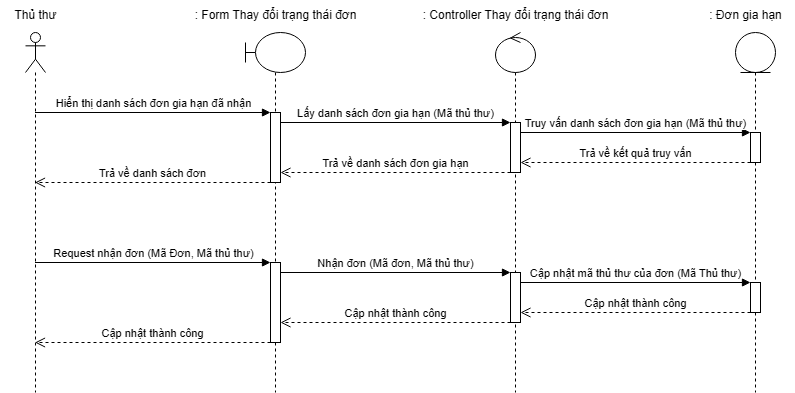
This is Sequence Diagram/UC Gia hạn sách/Actor Thủ thư - Nhận đơn gia hạn.png from kimcuongdev/LibrarySystemAD, a draw.io export, as it was before one commit. Source tidied: cells renumbered, new cells last; positions are measured from the earlier drawing's top-left corner, leaving out a move shared by most shapes.
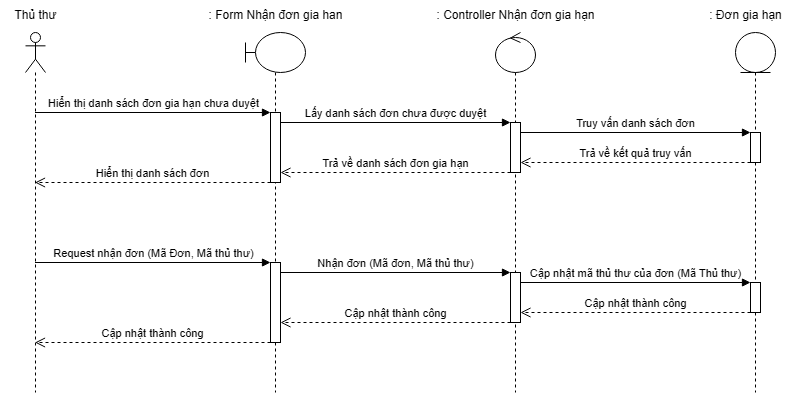
After the change.

Change to the diagram source:
```diff
@@ -2,66 +2,66 @@
   <root>
     <mxCell id="0" />
     <mxCell id="1" parent="0" />
-    <mxCell id="2" style="shape=umlLifeline;perimeter=lifelinePerimeter;whiteSpace=wrap;html=1;newEdgeStyle={&quot;curved&quot;:0,&quot;rounded&quot;:0};participant=umlActor;" parent="1" vertex="1">
-      <mxGeometry x="25" y="32" width="20" height="360" as="geometry" />
-    </mxCell>
-    <mxCell id="3" style="shape=umlLifeline;perimeter=lifelinePerimeter;whiteSpace=wrap;html=1;newEdgeStyle={&quot;curved&quot;:0,&quot;rounded&quot;:0};participant=umlBoundary;" parent="1" vertex="1">
-      <mxGeometry x="245" y="32" width="60" height="360" as="geometry" />
-    </mxCell>
+    <mxCell id="28" style="shape=umlLifeline;perimeter=lifelinePerimeter;whiteSpace=wrap;html=1;newEdgeStyle={&quot;curved&quot;:0,&quot;rounded&quot;:0};participant=umlActor;" parent="1" vertex="1">
+      <mxGeometry x="25" y="32" width="20" height="360" as="geometry" />
+    </mxCell>
+    <mxCell id="29" style="shape=umlLifeline;perimeter=lifelinePerimeter;whiteSpace=wrap;html=1;newEdgeStyle={&quot;curved&quot;:0,&quot;rounded&quot;:0};participant=umlBoundary;" parent="1" vertex="1">
+      <mxGeometry x="245" y="32" width="60" height="360" as="geometry" />
+    </mxCell>
-    <mxCell id="4" style="html=1;perimeter=orthogonalPerimeter;targetShapes=umlLifeline;newEdgeStyle={&quot;curved&quot;:0,&quot;rounded&quot;:0};" parent="3" vertex="1">
+    <mxCell id="4" style="html=1;perimeter=orthogonalPerimeter;targetShapes=umlLifeline;newEdgeStyle={&quot;curved&quot;:0,&quot;rounded&quot;:0};" parent="29" vertex="1">
       <mxGeometry x="25" y="80" width="10" height="70" as="geometry" />
     </mxCell>
-    <mxCell id="5" style="html=1;perimeter=orthogonalPerimeter;targetShapes=umlLifeline;newEdgeStyle={&quot;curved&quot;:0,&quot;rounded&quot;:0};" parent="3" vertex="1">
+    <mxCell id="5" style="html=1;perimeter=orthogonalPerimeter;targetShapes=umlLifeline;newEdgeStyle={&quot;curved&quot;:0,&quot;rounded&quot;:0};" parent="29" vertex="1">
       <mxGeometry x="25" y="230" width="10" height="80" as="geometry" />
     </mxCell>
-    <mxCell id="6" style="shape=umlLifeline;perimeter=lifelinePerimeter;whiteSpace=wrap;html=1;newEdgeStyle={&quot;curved&quot;:0,&quot;rounded&quot;:0};participant=umlControl;" parent="1" vertex="1">
-      <mxGeometry x="495" y="32" width="40" height="360" as="geometry" />
-    </mxCell>
+    <mxCell id="30" style="shape=umlLifeline;perimeter=lifelinePerimeter;whiteSpace=wrap;html=1;newEdgeStyle={&quot;curved&quot;:0,&quot;rounded&quot;:0};participant=umlControl;" parent="1" vertex="1">
+      <mxGeometry x="495" y="32" width="40" height="360" as="geometry" />
+    </mxCell>
-    <mxCell id="7" style="html=1;perimeter=orthogonalPerimeter;targetShapes=umlLifeline;newEdgeStyle={&quot;curved&quot;:0,&quot;rounded&quot;:0};" parent="6" vertex="1">
+    <mxCell id="7" style="html=1;perimeter=orthogonalPerimeter;targetShapes=umlLifeline;newEdgeStyle={&quot;curved&quot;:0,&quot;rounded&quot;:0};" parent="30" vertex="1">
       <mxGeometry x="15" y="90" width="10" height="50" as="geometry" />
     </mxCell>
-    <mxCell id="8" style="html=1;perimeter=orthogonalPerimeter;targetShapes=umlLifeline;newEdgeStyle={&quot;curved&quot;:0,&quot;rounded&quot;:0};" parent="6" vertex="1">
+    <mxCell id="8" style="html=1;perimeter=orthogonalPerimeter;targetShapes=umlLifeline;newEdgeStyle={&quot;curved&quot;:0,&quot;rounded&quot;:0};" parent="30" vertex="1">
       <mxGeometry x="15" y="240" width="10" height="50" as="geometry" />
     </mxCell>
-    <mxCell id="9" style="shape=umlLifeline;perimeter=lifelinePerimeter;whiteSpace=wrap;html=1;newEdgeStyle={&quot;curved&quot;:0,&quot;rounded&quot;:0};participant=umlEntity;" parent="1" vertex="1">
-      <mxGeometry x="735" y="32" width="40" height="360" as="geometry" />
-    </mxCell>
+    <mxCell id="31" style="shape=umlLifeline;perimeter=lifelinePerimeter;whiteSpace=wrap;html=1;newEdgeStyle={&quot;curved&quot;:0,&quot;rounded&quot;:0};participant=umlEntity;" parent="1" vertex="1">
+      <mxGeometry x="735" y="32" width="40" height="360" as="geometry" />
+    </mxCell>
-    <mxCell id="10" style="html=1;perimeter=orthogonalPerimeter;targetShapes=umlLifeline;newEdgeStyle={&quot;curved&quot;:0,&quot;rounded&quot;:0};" parent="9" vertex="1">
+    <mxCell id="10" style="html=1;perimeter=orthogonalPerimeter;targetShapes=umlLifeline;newEdgeStyle={&quot;curved&quot;:0,&quot;rounded&quot;:0};" parent="31" vertex="1">
       <mxGeometry x="15" y="100" width="10" height="30" as="geometry" />
     </mxCell>
-    <mxCell id="11" style="html=1;perimeter=orthogonalPerimeter;targetShapes=umlLifeline;newEdgeStyle={&quot;curved&quot;:0,&quot;rounded&quot;:0};" parent="9" vertex="1">
+    <mxCell id="11" style="html=1;perimeter=orthogonalPerimeter;targetShapes=umlLifeline;newEdgeStyle={&quot;curved&quot;:0,&quot;rounded&quot;:0};" parent="31" vertex="1">
       <mxGeometry x="15" y="250" width="10" height="30" as="geometry" />
     </mxCell>
-    <mxCell id="12" value="Hiển thị danh sách đơn gia hạn đã nhận" style="html=1;verticalAlign=bottom;endArrow=block;curved=0;rounded=0;entryX=0;entryY=0;entryDx=0;entryDy=5;" parent="1" edge="1">
-      <mxGeometry relative="1" as="geometry">
-        <mxPoint x="34.5" y="112" as="sourcePoint" />
-        <mxPoint x="270" y="112" as="targetPoint" />
-      </mxGeometry>
-    </mxCell>
-    <mxCell id="13" value="Trả về danh sách đơn" style="html=1;verticalAlign=bottom;endArrow=open;dashed=1;endSize=8;curved=0;rounded=0;exitX=0;exitY=1;exitDx=0;exitDy=-5;" parent="1" edge="1">
-      <mxGeometry relative="1" as="geometry">
-        <mxPoint x="270" y="182" as="sourcePoint" />
-        <mxPoint x="34.5" y="182" as="targetPoint" />
-      </mxGeometry>
-    </mxCell>
-    <mxCell id="14" value="Lấy danh sách đơn gia hạn (Mã thủ thư)" style="html=1;verticalAlign=bottom;endArrow=block;curved=0;rounded=0;entryX=0;entryY=0;entryDx=0;entryDy=5;" parent="1" edge="1">
-      <mxGeometry relative="1" as="geometry">
-        <mxPoint x="280" y="122" as="sourcePoint" />
-        <mxPoint x="510" y="122" as="targetPoint" />
-      </mxGeometry>
-    </mxCell>
+    <mxCell id="32" value="Hiển thị danh sách đơn gia hạn chưa duyệt" style="html=1;verticalAlign=bottom;endArrow=block;curved=0;rounded=0;entryX=0;entryY=0;entryDx=0;entryDy=5;" parent="1" edge="1">
+      <mxGeometry relative="1" as="geometry">
+        <mxPoint x="34.5" y="112" as="sourcePoint" />
+        <mxPoint x="270" y="112" as="targetPoint" />
+      </mxGeometry>
+    </mxCell>
+    <mxCell id="33" value="Hiển thị danh sách đơn" style="html=1;verticalAlign=bottom;endArrow=open;dashed=1;endSize=8;curved=0;rounded=0;exitX=0;exitY=1;exitDx=0;exitDy=-5;" parent="1" edge="1">
+      <mxGeometry relative="1" as="geometry">
+        <mxPoint x="270" y="182" as="sourcePoint" />
+        <mxPoint x="34.5" y="182" as="targetPoint" />
+      </mxGeometry>
+    </mxCell>
+    <mxCell id="34" value="Lấy danh sách đơn chưa được duyệt" style="html=1;verticalAlign=bottom;endArrow=block;curved=0;rounded=0;entryX=0;entryY=0;entryDx=0;entryDy=5;" parent="1" edge="1">
+      <mxGeometry relative="1" as="geometry">
+        <mxPoint x="280" y="122" as="sourcePoint" />
+        <mxPoint x="510" y="122" as="targetPoint" />
+      </mxGeometry>
+    </mxCell>
     <mxCell id="15" value="Trả về danh sách đơn gia hạn" style="html=1;verticalAlign=bottom;endArrow=open;dashed=1;endSize=8;curved=0;rounded=0;exitX=0;exitY=1;exitDx=0;exitDy=-5;" parent="1" edge="1">
       <mxGeometry relative="1" as="geometry">
         <mxPoint x="510" y="172" as="sourcePoint" />
         <mxPoint x="280" y="172" as="targetPoint" />
       </mxGeometry>
     </mxCell>
-    <mxCell id="16" value="Truy vấn danh sách đơn gia hạn (Mã thủ thư)" style="html=1;verticalAlign=bottom;endArrow=block;curved=0;rounded=0;entryX=0;entryY=0;entryDx=0;entryDy=5;" parent="1" edge="1">
-      <mxGeometry relative="1" as="geometry">
-        <mxPoint x="520" y="132" as="sourcePoint" />
-        <mxPoint x="750" y="132" as="targetPoint" />
-      </mxGeometry>
-    </mxCell>
+    <mxCell id="35" value="Truy vấn danh sách đơn" style="html=1;verticalAlign=bottom;endArrow=block;curved=0;rounded=0;entryX=0;entryY=0;entryDx=0;entryDy=5;" parent="1" edge="1">
+      <mxGeometry relative="1" as="geometry">
+        <mxPoint x="520" y="132" as="sourcePoint" />
+        <mxPoint x="750" y="132" as="targetPoint" />
+      </mxGeometry>
+    </mxCell>
     <mxCell id="17" value="Trả về kết quả truy vấn" style="html=1;verticalAlign=bottom;endArrow=open;dashed=1;endSize=8;curved=0;rounded=0;exitX=0;exitY=1;exitDx=0;exitDy=-5;" parent="1" edge="1">
       <mxGeometry relative="1" as="geometry">
         <mxPoint x="750" y="162" as="sourcePoint" />
@@ -74,24 +74,24 @@
         <mxPoint x="270" y="262" as="targetPoint" />
       </mxGeometry>
     </mxCell>
-    <mxCell id="19" value="Cập nhật thành công" style="html=1;verticalAlign=bottom;endArrow=open;dashed=1;endSize=8;curved=0;rounded=0;exitX=0;exitY=1;exitDx=0;exitDy=-5;" parent="1" edge="1">
-      <mxGeometry relative="1" as="geometry">
-        <mxPoint x="270" y="342" as="sourcePoint" />
-        <mxPoint x="34.5" y="342" as="targetPoint" />
-      </mxGeometry>
-    </mxCell>
+    <mxCell id="36" value="Cập nhật thành công" style="html=1;verticalAlign=bottom;endArrow=open;dashed=1;endSize=8;curved=0;rounded=0;exitX=0;exitY=1;exitDx=0;exitDy=-5;" parent="1" edge="1">
+      <mxGeometry relative="1" as="geometry">
+        <mxPoint x="270" y="342" as="sourcePoint" />
+        <mxPoint x="34.5" y="342" as="targetPoint" />
+      </mxGeometry>
+    </mxCell>
     <mxCell id="20" value="Nhận đơn (Mã đơn, Mã thủ thư)" style="html=1;verticalAlign=bottom;endArrow=block;curved=0;rounded=0;entryX=0;entryY=0;entryDx=0;entryDy=5;" parent="1" edge="1">
       <mxGeometry relative="1" as="geometry">
         <mxPoint x="280" y="272" as="sourcePoint" />
         <mxPoint x="510" y="272" as="targetPoint" />
       </mxGeometry>
     </mxCell>
-    <mxCell id="21" value="Cập nhật thành công" style="html=1;verticalAlign=bottom;endArrow=open;dashed=1;endSize=8;curved=0;rounded=0;exitX=0;exitY=1;exitDx=0;exitDy=-5;" parent="1" edge="1">
-      <mxGeometry relative="1" as="geometry">
-        <mxPoint x="510" y="322" as="sourcePoint" />
-        <mxPoint x="280" y="322" as="targetPoint" />
-      </mxGeometry>
-    </mxCell>
+    <mxCell id="37" value="Cập nhật thành công" style="html=1;verticalAlign=bottom;endArrow=open;dashed=1;endSize=8;curved=0;rounded=0;exitX=0;exitY=1;exitDx=0;exitDy=-5;" parent="1" edge="1">
+      <mxGeometry relative="1" as="geometry">
+        <mxPoint x="510" y="322" as="sourcePoint" />
+        <mxPoint x="280" y="322" as="targetPoint" />
+      </mxGeometry>
+    </mxCell>
     <mxCell id="22" value="Cập nhật mã thủ thư của đơn (Mã Thủ thư)" style="html=1;verticalAlign=bottom;endArrow=block;curved=0;rounded=0;entryX=0;entryY=0;entryDx=0;entryDy=5;" parent="1" edge="1">
       <mxGeometry relative="1" as="geometry">
         <mxPoint x="520" y="282" as="sourcePoint" />
@@ -107,12 +107,12 @@
     <mxCell id="24" value="Thủ thư" style="text;html=1;align=center;verticalAlign=middle;strokeColor=none;fillColor=none;" parent="1" vertex="1">
       <mxGeometry width="70" height="30" as="geometry" />
     </mxCell>
-    <mxCell id="25" value=": Form Thay đổi trạng thái đơn" style="text;html=1;align=center;verticalAlign=middle;strokeColor=none;fillColor=none;" parent="1" vertex="1">
-      <mxGeometry x="180" width="190" height="30" as="geometry" />
-    </mxCell>
-    <mxCell id="26" value=": Controller Thay đổi trạng thái đơn" style="text;html=1;align=center;verticalAlign=middle;strokeColor=none;fillColor=none;" parent="1" vertex="1">
-      <mxGeometry x="410" width="210" height="30" as="geometry" />
-    </mxCell>
+    <mxCell id="38" value=": Form Nhận đơn gia han" style="text;html=1;align=center;verticalAlign=middle;strokeColor=none;fillColor=none;" parent="1" vertex="1">
+      <mxGeometry x="195" width="160" height="30" as="geometry" />
+    </mxCell>
+    <mxCell id="39" value=": Controller Nhận đơn gia hạn" style="text;html=1;align=center;verticalAlign=middle;strokeColor=none;fillColor=none;" parent="1" vertex="1">
+      <mxGeometry x="425" width="180" height="30" as="geometry" />
+    </mxCell>
     <mxCell id="27" value=": Đơn gia hạn" style="text;html=1;align=center;verticalAlign=middle;strokeColor=none;fillColor=none;" parent="1" vertex="1">
       <mxGeometry x="695" width="100" height="30" as="geometry" />
     </mxCell>
```
